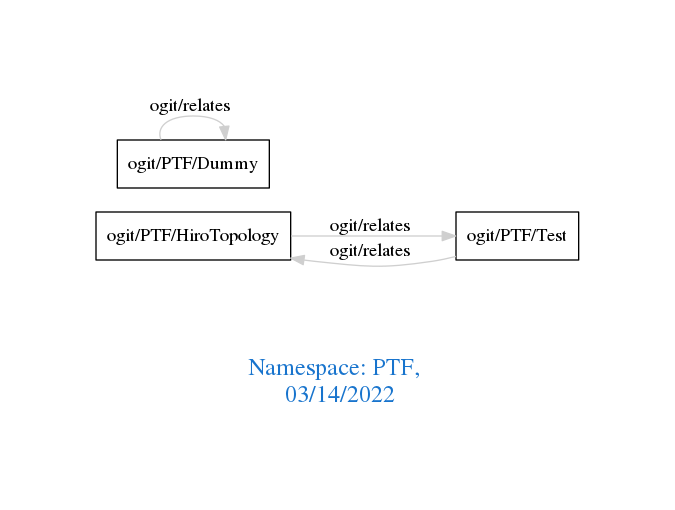
Above: downloads/PTF.png in arago/OGIT (Graphviz), before the change. Its source is kept beside it as downloads/PTF.dot.
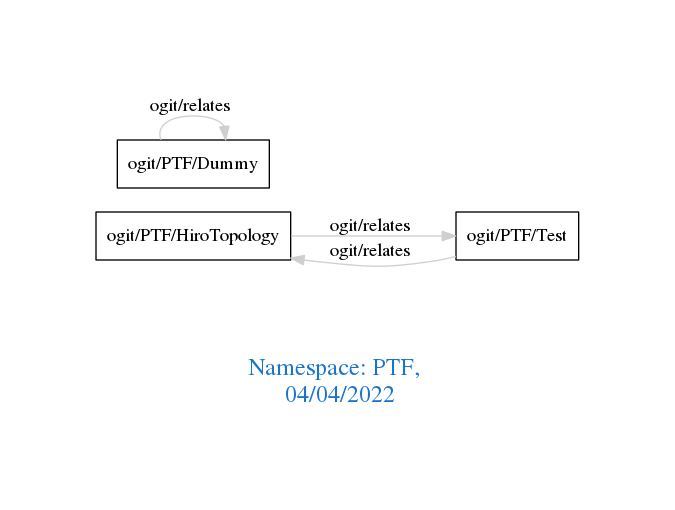
The same file after the commit.

Change to the diagram source:
```diff
@@ -1,7 +1,7 @@
 digraph OGIT_ontology {
  graph [ rankdir= LR,pad=1
 fontsize = 18,
-fontcolor= dodgerblue3,label = "\n\n\nNamespace: PTF, \n 03/14/2022"];
+fontcolor= dodgerblue3,label = "\n\n\nNamespace: PTF, \n 04/04/2022"];
 node[shape=polygon];
 edge [  color="gray81"];
 
```
